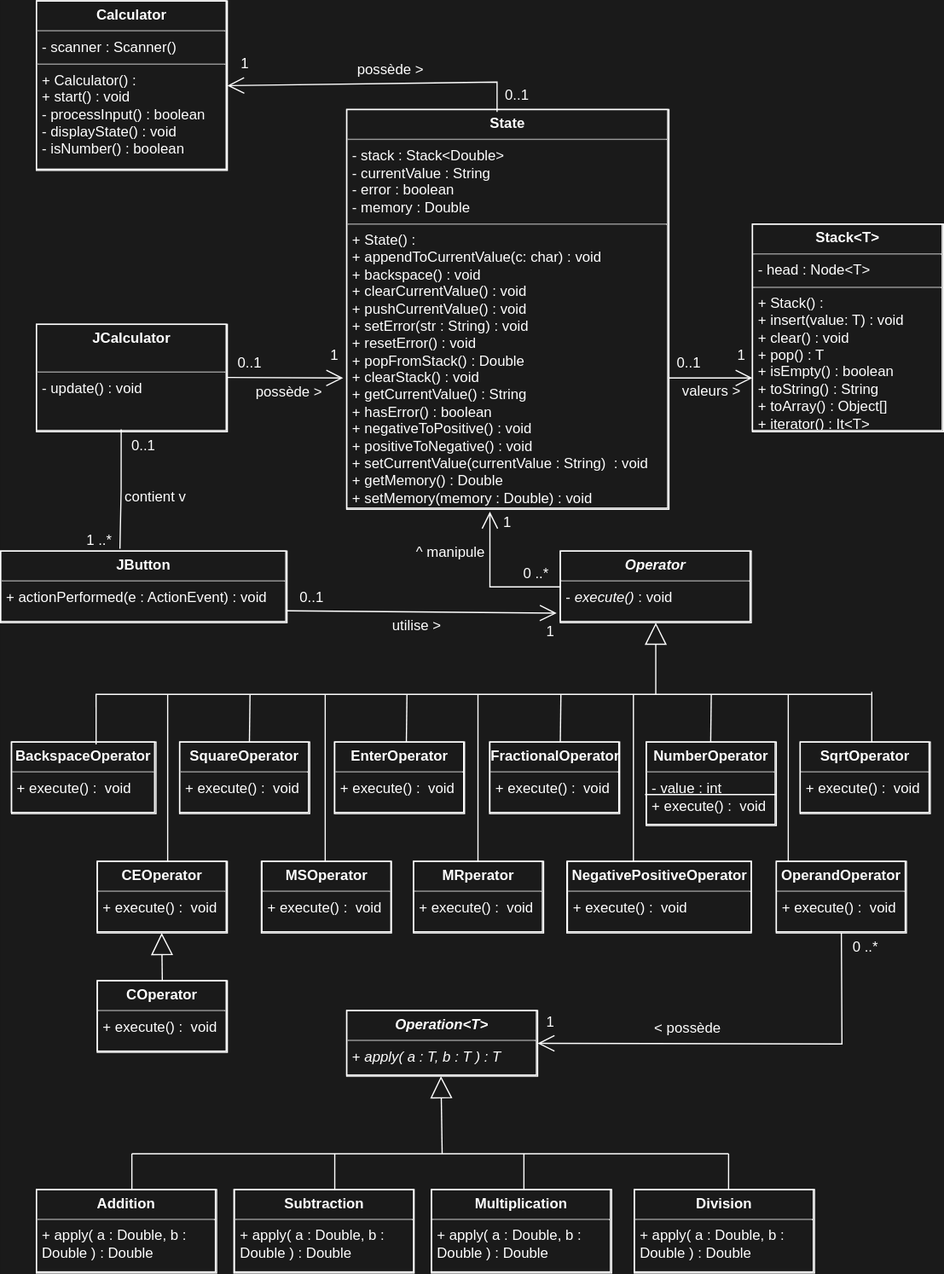
The draw.io diagram Diagram.svg in POO-Lestiboudois-Parisod/Lab07, before a commit. Source tidied: cells renumbered, new cells last; positions are measured from the earlier drawing's top-left corner, leaving out a move shared by most shapes.
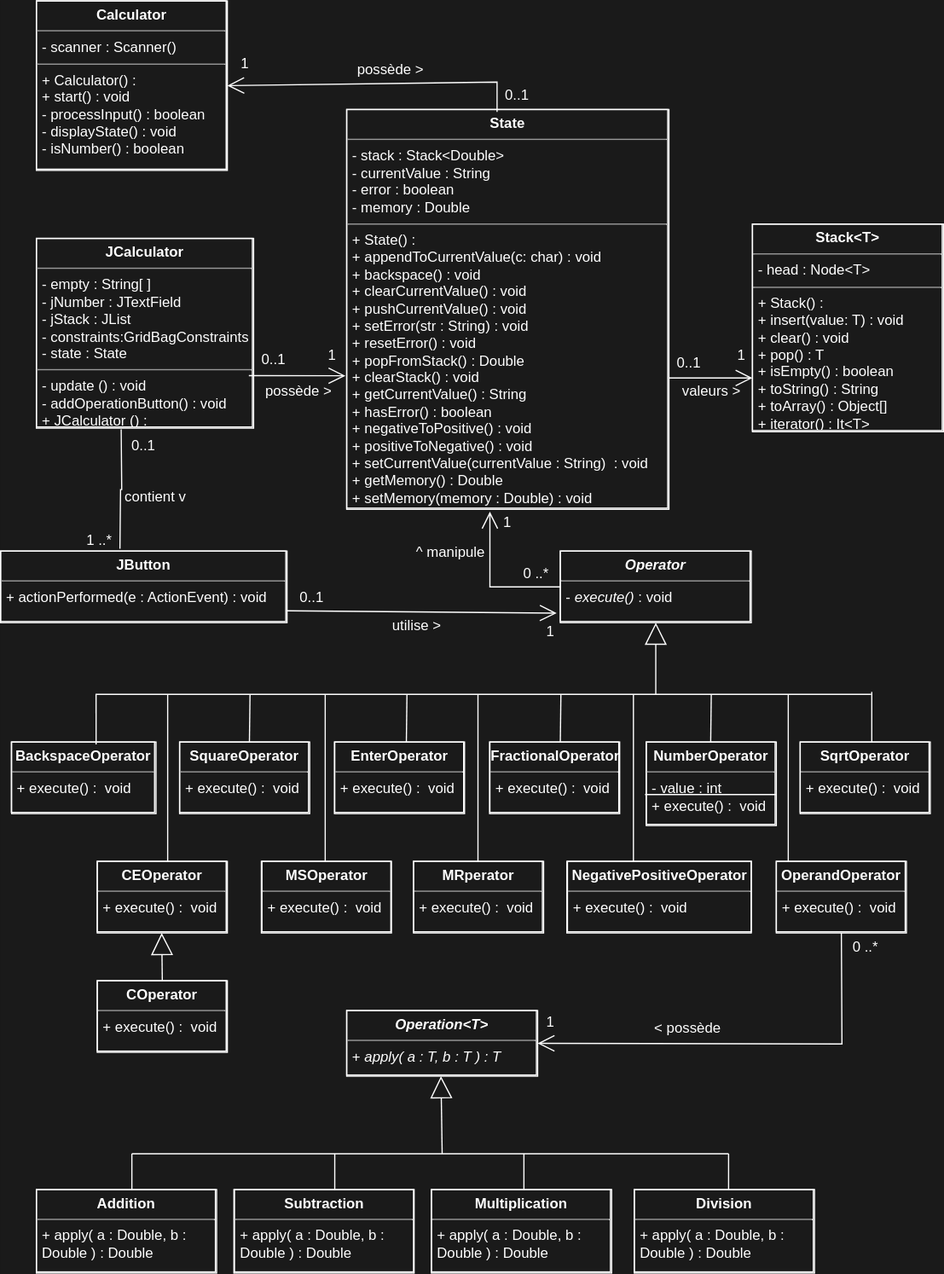
The same diagram one commit later.

Diff of the diagram source:
```diff
@@ -2,9 +2,6 @@
   <root>
     <mxCell id="0" />
     <mxCell id="1" parent="0" />
-    <mxCell id="2" value="&lt;p style=&quot;margin:0px;margin-top:4px;text-align:center;&quot;&gt;&lt;b&gt;JCalculator&lt;/b&gt;&lt;/p&gt;&lt;p style=&quot;margin:0px;margin-left:4px;&quot;&gt;&lt;br&gt;&lt;/p&gt;&lt;hr size=&quot;1&quot;&gt;&lt;p style=&quot;margin:0px;margin-left:4px;&quot;&gt;- update() : void&lt;/p&gt;" style="verticalAlign=top;align=left;overflow=fill;fontSize=12;fontFamily=Helvetica;html=1;whiteSpace=wrap;labelBackgroundColor=none;fillColor=none;fontColor=#FFFFFF;labelBorderColor=#FFFFFF;strokeColor=#FFFFFF;" parent="1" vertex="1">
-      <mxGeometry x="30" y="271" width="160" height="90" as="geometry" />
-    </mxCell>
     <mxCell id="3" value="&lt;p style=&quot;margin:0px;margin-top:4px;text-align:center;&quot;&gt;&lt;b&gt;State&lt;/b&gt;&lt;/p&gt;&lt;hr size=&quot;1&quot;&gt;&lt;p style=&quot;margin:0px;margin-left:4px;&quot;&gt;- stack : Stack&amp;lt;Double&amp;gt;&lt;/p&gt;&lt;p style=&quot;margin:0px;margin-left:4px;&quot;&gt;- currentValue : String&lt;/p&gt;&lt;p style=&quot;margin:0px;margin-left:4px;&quot;&gt;- error : boolean&lt;/p&gt;&lt;p style=&quot;margin:0px;margin-left:4px;&quot;&gt;- memory : Double&lt;/p&gt;&lt;hr size=&quot;1&quot;&gt;&lt;p style=&quot;margin:0px;margin-left:4px;&quot;&gt;+ State() :&amp;nbsp;&lt;/p&gt;&lt;p style=&quot;margin:0px;margin-left:4px;&quot;&gt;+ appendToCurrentValue(c: char) : void&lt;/p&gt;&lt;p style=&quot;margin:0px;margin-left:4px;&quot;&gt;+ backspace() : void&lt;/p&gt;&lt;p style=&quot;margin:0px;margin-left:4px;&quot;&gt;+ clearCurrentValue() : void&lt;/p&gt;&lt;p style=&quot;margin:0px;margin-left:4px;&quot;&gt;+ pushCurrentValue() : void&lt;/p&gt;&lt;p style=&quot;margin:0px;margin-left:4px;&quot;&gt;+ setError(str : String) : void&lt;/p&gt;&lt;p style=&quot;margin:0px;margin-left:4px;&quot;&gt;+ resetError() : void&lt;/p&gt;&lt;p style=&quot;margin:0px;margin-left:4px;&quot;&gt;+ popFromStack() : Double&lt;/p&gt;&lt;p style=&quot;margin:0px;margin-left:4px;&quot;&gt;+ clearStack() : void&lt;/p&gt;&lt;p style=&quot;margin:0px;margin-left:4px;&quot;&gt;+ getCurrentValue() : String&lt;/p&gt;&lt;p style=&quot;margin:0px;margin-left:4px;&quot;&gt;+ hasError() : boolean&lt;/p&gt;&lt;p style=&quot;margin:0px;margin-left:4px;&quot;&gt;+ negativeToPositive() : void&lt;/p&gt;&lt;p style=&quot;margin:0px;margin-left:4px;&quot;&gt;+ positiveToNegative() : void&lt;/p&gt;&lt;p style=&quot;margin:0px;margin-left:4px;&quot;&gt;+ setCurrentValue(currentValue : String)&amp;nbsp; : void&lt;/p&gt;&lt;p style=&quot;margin:0px;margin-left:4px;&quot;&gt;+ getMemory() : Double&lt;/p&gt;&lt;p style=&quot;margin:0px;margin-left:4px;&quot;&gt;+ setMemory(memory : Double) : void&lt;/p&gt;" style="verticalAlign=top;align=left;overflow=fill;fontSize=12;fontFamily=Helvetica;html=1;whiteSpace=wrap;labelBackgroundColor=none;fillColor=none;fontColor=#FFFFFF;labelBorderColor=#FFFFFF;strokeColor=#FFFFFF;" parent="1" vertex="1">
       <mxGeometry x="290" y="91" width="270" height="335" as="geometry" />
     </mxCell>
@@ -31,9 +28,9 @@
         <mxPoint x="630" y="316" as="targetPoint" />
       </mxGeometry>
     </mxCell>
-    <mxCell id="9" style="endArrow=open;endFill=1;endSize=12;html=1;rounded=0;entryX=0.617;entryY=1.133;entryDx=0;entryDy=0;entryPerimeter=0;labelBackgroundColor=none;fontColor=#FFFFFF;fillColor=none;labelBorderColor=#FFFFFF;strokeColor=#FFFFFF;" parent="1" edge="1" target="17">
+    <mxCell id="9" style="endArrow=open;endFill=1;endSize=12;html=1;rounded=0;entryX=-0.004;entryY=0.666;entryDx=0;entryDy=0;entryPerimeter=0;labelBackgroundColor=none;fontColor=#FFFFFF;fillColor=none;labelBorderColor=#FFFFFF;strokeColor=#FFFFFF;" parent="1" edge="1" target="3">
       <mxGeometry relative="1" as="geometry">
-        <mxPoint x="190" y="315.5" as="sourcePoint" />
+        <mxPoint x="208" y="314" as="sourcePoint" />
       </mxGeometry>
     </mxCell>
     <mxCell id="10" style="endArrow=open;endFill=1;endSize=12;html=1;rounded=0;entryX=-0.019;entryY=0.867;entryDx=0;entryDy=0;entryPerimeter=0;labelBackgroundColor=none;fontColor=#FFFFFF;fillColor=none;labelBorderColor=#FFFFFF;strokeColor=#FFFFFF;" parent="1" edge="1" target="6">
@@ -41,8 +38,9 @@
         <mxPoint x="240" y="511" as="sourcePoint" />
       </mxGeometry>
     </mxCell>
-    <mxCell id="11" style="endArrow=none;html=1;edgeStyle=orthogonalEdgeStyle;rounded=0;exitX=0.444;exitY=0.978;exitDx=0;exitDy=0;exitPerimeter=0;labelBackgroundColor=none;fontColor=#FFFFFF;fillColor=none;labelBorderColor=#FFFFFF;strokeColor=#FFFFFF;" parent="1" edge="1" source="2">
+    <mxCell id="11" style="endArrow=none;html=1;edgeStyle=orthogonalEdgeStyle;rounded=0;exitX=0.444;exitY=0.978;exitDx=0;exitDy=0;exitPerimeter=0;labelBackgroundColor=none;fontColor=#FFFFFF;fillColor=none;labelBorderColor=#FFFFFF;strokeColor=#FFFFFF;" parent="1" edge="1">
       <mxGeometry relative="1" as="geometry">
+        <mxPoint x="101" y="359" as="sourcePoint" />
         <mxPoint x="100" y="459" as="targetPoint" />
       </mxGeometry>
     </mxCell>
@@ -56,13 +54,13 @@
       <mxGeometry x="53" y="437" width="60" height="30" as="geometry" />
     </mxCell>
     <mxCell id="15" value="&lt;font&gt;0..1&lt;/font&gt;" style="text;html=1;align=center;verticalAlign=middle;whiteSpace=wrap;rounded=0;labelBackgroundColor=none;fillColor=none;fontColor=#FFFFFF;labelBorderColor=none;strokeColor=none;" parent="1" vertex="1">
-      <mxGeometry x="179" y="289" width="60" height="30" as="geometry" />
+      <mxGeometry x="199" y="286" width="60" height="30" as="geometry" />
     </mxCell>
     <mxCell id="16" value="&lt;font&gt;possède &amp;gt;&lt;/font&gt;" style="text;html=1;align=center;verticalAlign=middle;whiteSpace=wrap;rounded=0;labelBackgroundColor=none;fillColor=none;fontColor=#FFFFFF;labelBorderColor=none;strokeColor=none;" parent="1" vertex="1">
-      <mxGeometry x="212" y="313" width="60" height="30" as="geometry" />
+      <mxGeometry x="219.8" y="312" width="60" height="30" as="geometry" />
     </mxCell>
     <mxCell id="17" value="&lt;font&gt;1&lt;/font&gt;" style="text;html=1;align=center;verticalAlign=middle;whiteSpace=wrap;rounded=0;labelBackgroundColor=none;fillColor=none;fontColor=#FFFFFF;labelBorderColor=none;strokeColor=none;" parent="1" vertex="1">
-      <mxGeometry x="250" y="282" width="60" height="30" as="geometry" />
+      <mxGeometry x="248" y="282" width="60" height="30" as="geometry" />
     </mxCell>
     <mxCell id="18" value="&lt;font&gt;0..1&lt;/font&gt;" style="text;html=1;align=center;verticalAlign=middle;whiteSpace=wrap;rounded=0;labelBackgroundColor=none;fillColor=none;fontColor=#FFFFFF;labelBorderColor=none;strokeColor=none;" parent="1" vertex="1">
       <mxGeometry x="547" y="289" width="60" height="30" as="geometry" />
@@ -299,5 +297,8 @@
         <mxPoint x="610" y="966" as="targetPoint" />
       </mxGeometry>
     </mxCell>
+    <mxCell id="74" value="&lt;p style=&quot;margin:0px;margin-top:4px;text-align:center;&quot;&gt;&lt;b&gt;JCalculator&lt;/b&gt;&lt;/p&gt;&lt;hr size=&quot;1&quot;&gt;&lt;p style=&quot;margin:0px;margin-left:4px;&quot;&gt;&lt;span style=&quot;background-color: initial;&quot;&gt;- empty : String[ ]&lt;/span&gt;&lt;br&gt;&lt;/p&gt;&lt;p style=&quot;margin:0px;margin-left:4px;&quot;&gt;&lt;span style=&quot;background-color: initial;&quot;&gt;- jNumber : JTextField&lt;/span&gt;&lt;/p&gt;&lt;p style=&quot;margin:0px;margin-left:4px;&quot;&gt;&lt;span style=&quot;background-color: initial;&quot;&gt;- jStack : JList&lt;/span&gt;&lt;/p&gt;&lt;p style=&quot;margin:0px;margin-left:4px;&quot;&gt;&lt;span style=&quot;background-color: initial;&quot;&gt;- constraints:GridBagConstraints&lt;/span&gt;&lt;/p&gt;&lt;p style=&quot;margin:0px;margin-left:4px;&quot;&gt;- state : State&lt;/p&gt;&lt;hr style=&quot;border-color: var(--border-color);&quot; size=&quot;1&quot;&gt;&lt;p style=&quot;border-color: var(--border-color); margin: 0px 0px 0px 4px;&quot;&gt;- update () : void&lt;/p&gt;&lt;p style=&quot;border-color: var(--border-color); margin: 0px 0px 0px 4px;&quot;&gt;- addOperationButton() : void&lt;/p&gt;&lt;p style=&quot;border-color: var(--border-color); margin: 0px 0px 0px 4px;&quot;&gt;+ JCalculator () :&lt;/p&gt;" style="verticalAlign=top;align=left;overflow=fill;fontSize=12;fontFamily=Helvetica;html=1;whiteSpace=wrap;labelBackgroundColor=none;fillColor=none;fontColor=#FFFFFF;labelBorderColor=#FFFFFF;strokeColor=#FFFFFF;" parent="1" vertex="1">
+      <mxGeometry x="30" y="199" width="182" height="159" as="geometry" />
+    </mxCell>
   </root>
 </mxGraphModel>
```
